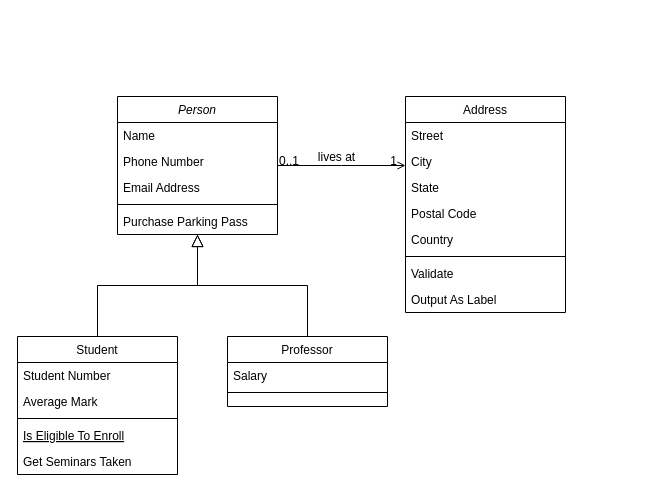
This is overcast.drawio from elsam0104/Diagrams, a draw.io file, before an edit. Source tidied: cells renumbered, new cells numbered last; positions are measured from the earlier drawing's top-left corner, leaving out a move shared by most shapes. Both pictures are drawn from the tidied source at 100%, with x=0, y=0 at pixel (17, 96).
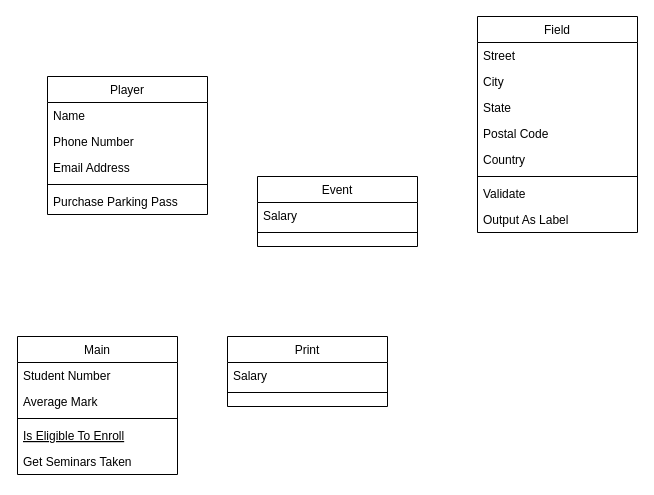
The same page after the edit.

What changed in the source:
```diff
@@
-    <mxCell id="2" value="Person" style="swimlane;fontStyle=2;align=center;verticalAlign=top;horizontal=1;startSize=26;rounded=0;shadow=0;strokeWidth=1;" parent="1" vertex="1">
-      <mxGeometry x="100" width="160" height="138" as="geometry" />
+    <mxCell id="2" value="Player" style="swimlane;fontStyle=0;align=center;verticalAlign=top;horizontal=1;startSize=26;rounded=0;shadow=0;strokeWidth=1;" parent="1" vertex="1">
+      <mxGeometry x="30" y="-20" width="160" height="138" as="geometry" />
     </mxCell>
@@
-    <mxCell id="8" value="Student" style="swimlane;fontStyle=0;align=center;verticalAlign=top;horizontal=1;startSize=26;rounded=0;shadow=0;strokeWidth=1;" parent="1" vertex="1">
+    <mxCell id="8" value="Main" style="swimlane;fontStyle=0;align=center;verticalAlign=top;horizontal=1;startSize=26;rounded=0;shadow=0;strokeWidth=1;" parent="1" vertex="1">
       <mxGeometry y="240" width="160" height="138" as="geometry" />
     </mxCell>
@@
-    <mxCell id="14" style="endArrow=block;endSize=10;endFill=0;shadow=0;strokeWidth=1;rounded=0;edgeStyle=elbowEdgeStyle;elbow=vertical;" parent="1" edge="1" source="8" target="2">
-      <mxGeometry relative="1" as="geometry" />
-    </mxCell>
-    <mxCell id="15" value="Professor" style="swimlane;fontStyle=0;align=center;verticalAlign=top;horizontal=1;startSize=26;rounded=0;shadow=0;strokeWidth=1;" parent="1" vertex="1">
+    <mxCell id="15" value="Print" style="swimlane;fontStyle=0;align=center;verticalAlign=top;horizontal=1;startSize=26;rounded=0;shadow=0;strokeWidth=1;" parent="1" vertex="1">
       <mxGeometry x="210" y="240" width="160" height="70" as="geometry" />
     </mxCell>
@@
-    <mxCell id="18" style="endArrow=block;endSize=10;endFill=0;shadow=0;strokeWidth=1;rounded=0;edgeStyle=elbowEdgeStyle;elbow=vertical;" parent="1" edge="1" source="15" target="2">
-      <mxGeometry relative="1" as="geometry" />
-    </mxCell>
-    <mxCell id="19" value="Address" style="swimlane;fontStyle=0;align=center;verticalAlign=top;horizontal=1;startSize=26;rounded=0;shadow=0;strokeWidth=1;" parent="1" vertex="1">
-      <mxGeometry x="388" width="160" height="216" as="geometry" />
+    <mxCell id="19" value="Field" style="swimlane;fontStyle=0;align=center;verticalAlign=top;horizontal=1;startSize=26;rounded=0;shadow=0;strokeWidth=1;" parent="1" vertex="1">
+      <mxGeometry x="460" y="-80" width="160" height="216" as="geometry" />
     </mxCell>
@@
-    <mxCell id="28" style="endArrow=open;shadow=0;strokeWidth=1;rounded=0;endFill=1;edgeStyle=elbowEdgeStyle;elbow=vertical;" parent="1" edge="1" source="2" target="19">
-      <mxGeometry x="0.5" y="41" relative="1" as="geometry">
-        <mxPoint x="-40" y="32" as="offset" />
-      </mxGeometry>
-    </mxCell>
-    <mxCell id="29" value="0..1" style="align=left;verticalAlign=bottom;labelBackgroundColor=none;fontSize=12;" parent="28" vertex="1">
-      <mxGeometry x="-1" relative="1" as="geometry">
-        <mxPoint y="4" as="offset" />
-      </mxGeometry>
-    </mxCell>
-    <mxCell id="30" value="1" style="align=right;verticalAlign=bottom;labelBackgroundColor=none;fontSize=12;" parent="28" vertex="1">
-      <mxGeometry x="1" relative="1" as="geometry">
-        <mxPoint x="-7" y="4" as="offset" />
-      </mxGeometry>
-    </mxCell>
-    <mxCell id="31" value="lives at" style="text;html=1;align=center;verticalAlign=middle;labelBackgroundColor=none;rounded=0;shadow=0;strokeWidth=1;fontSize=12;" parent="28" vertex="1">
-      <mxGeometry x="0.5" y="49" relative="1" as="geometry">
-        <mxPoint x="-38" y="40" as="offset" />
-      </mxGeometry>
-    </mxCell>
+    <mxCell id="32" value="Event" style="swimlane;fontStyle=0;align=center;verticalAlign=top;horizontal=1;startSize=26;rounded=0;shadow=0;strokeWidth=1;" parent="1" vertex="1">
+      <mxGeometry x="240" y="80" width="160" height="70" as="geometry" />
+    </mxCell>
+    <mxCell id="33" value="Salary" style="text;align=left;verticalAlign=top;spacingLeft=4;spacingRight=4;overflow=hidden;" parent="32" vertex="1">
+      <mxGeometry y="26" width="160" height="26" as="geometry" />
+    </mxCell>
+    <mxCell id="34" style="line;html=1;strokeWidth=1;align=left;verticalAlign=middle;spacingTop=-1;spacingLeft=3;spacingRight=3;labelPosition=right;" parent="32" vertex="1">
+      <mxGeometry y="52" width="160" height="8" as="geometry" />
+    </mxCell>
```
